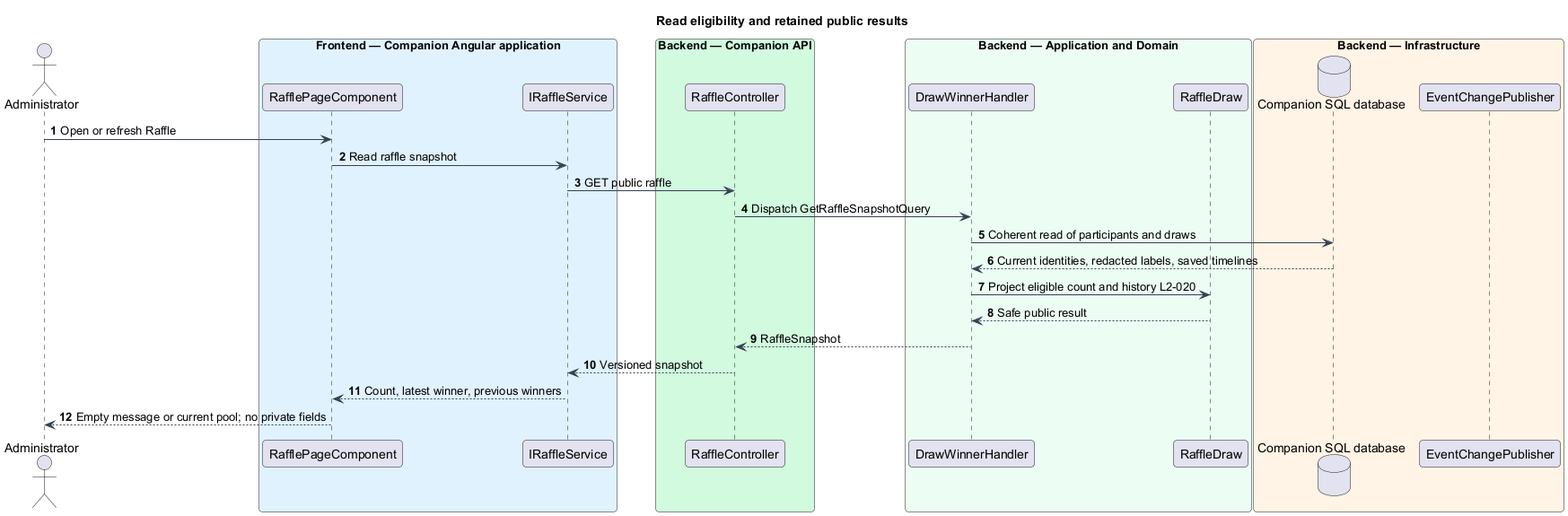
Above: docs/detailed-designs/raffle/draw-winner/diagrams/sequence-history.png in QuinntyneBrown/faithtech-toronto-ai-build-event (PlantUML), before the change.
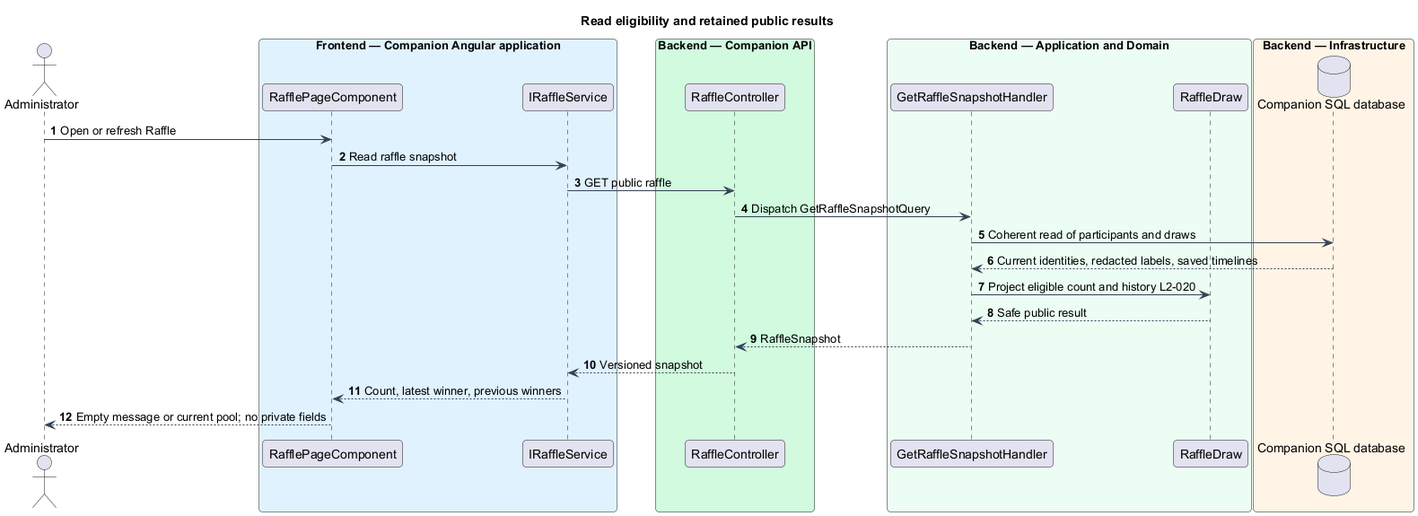
The same file after the commit.

Diff of the diagram source:
```diff
@@ -15,12 +15,11 @@
 participant "RaffleController" as controller
 end box
 box "Backend — Application and Domain" #ECFDF3
-participant "DrawWinnerHandler" as handler
+participant "GetRaffleSnapshotHandler" as handler
 participant "RaffleDraw" as entity
 end box
 box "Backend — Infrastructure" #FFF4E5
 database "Companion SQL database" as db
-participant "EventChangePublisher" as push
 end box
 actor -> page : Open or refresh Raffle
 page -> client : Read raffle snapshot
```
